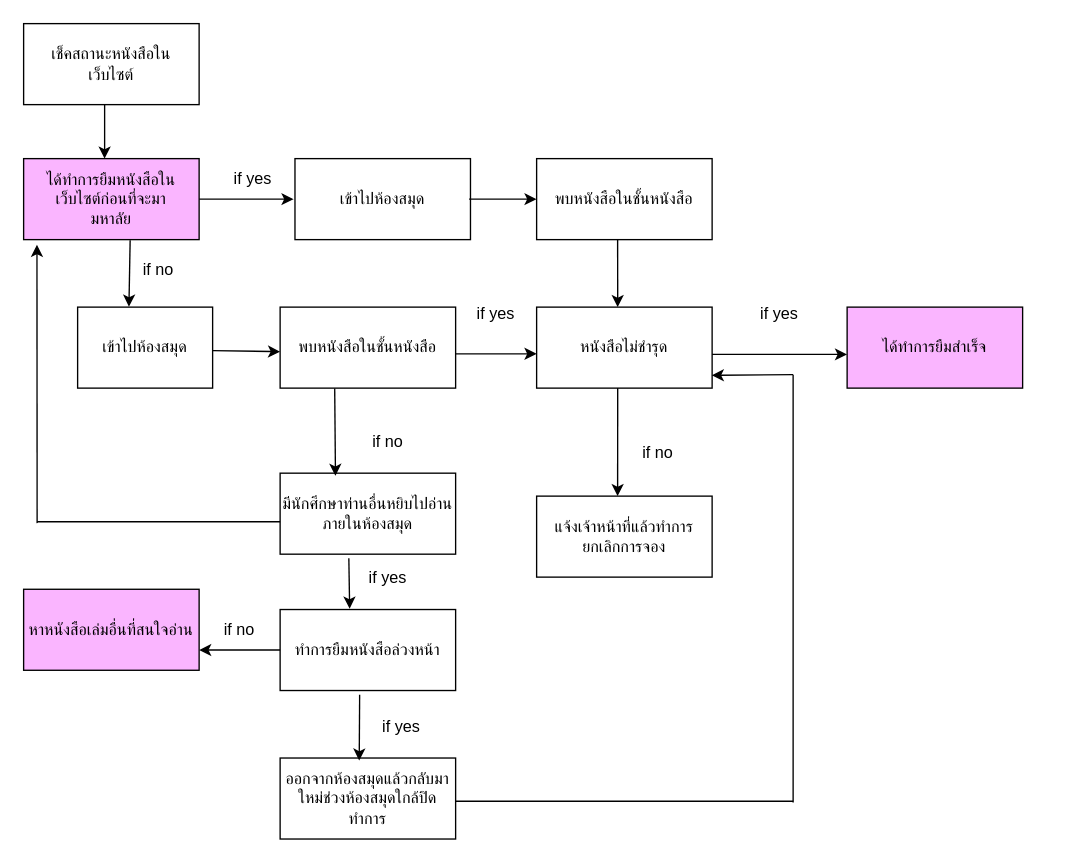
Above: G.drawio in banthitamakjeen/git-workshop (draw.io), before the change. Source tidied: cells renumbered, new cells numbered last; positions are measured from the earlier drawing's top-left corner, leaving out a move shared by most shapes. Both pictures are drawn from the tidied source at 135%, with x=0, y=0 at pixel (23, 23).
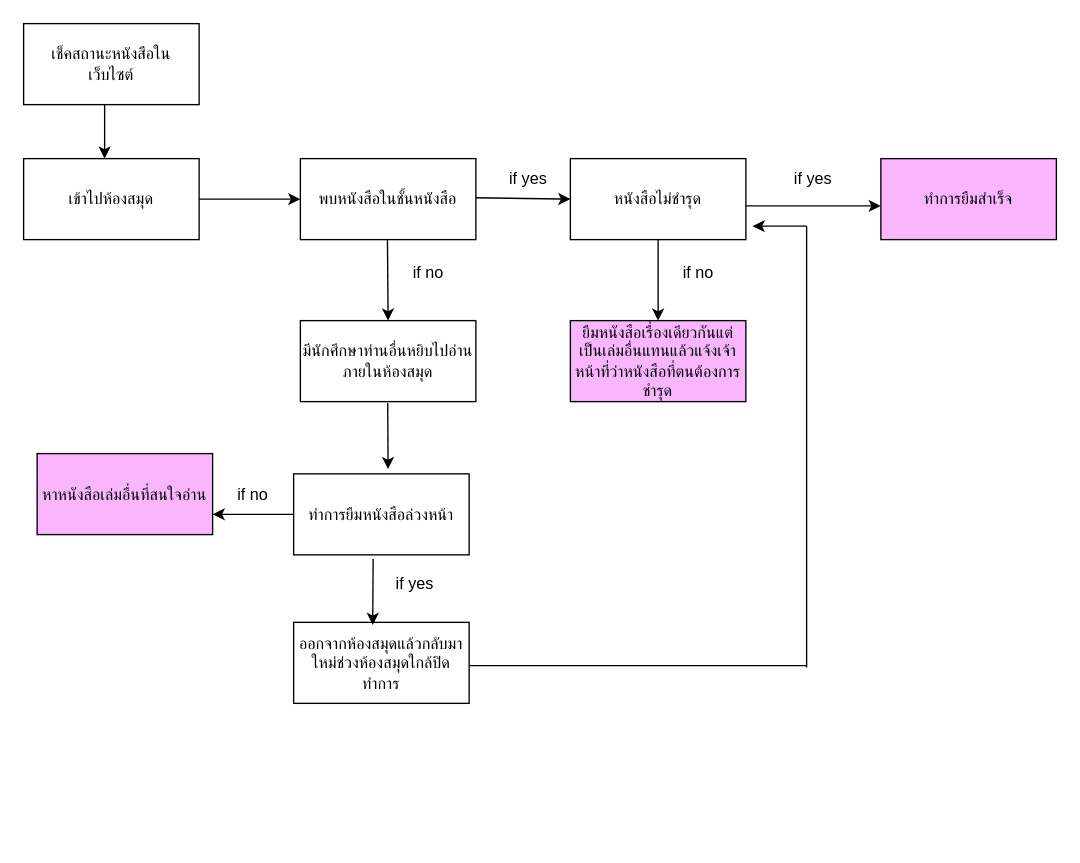
The same diagram, later.

Diff of the diagram source:
```diff
@@
     <mxCell id="3" value="เข้าไปห้องสมุด" style="rounded=0;whiteSpace=wrap;html=1;" parent="1" vertex="1">
-      <mxGeometry x="201" y="100" width="130" height="60" as="geometry" />
+      <mxGeometry y="100" width="130" height="60" as="geometry" />
     </mxCell>
-    <mxCell id="4" value="พบหนังสือในชั้นหนังสือ" style="rounded=0;whiteSpace=wrap;html=1;" parent="1" vertex="1">
-      <mxGeometry x="190" y="210" width="130" height="60" as="geometry" />
-    </mxCell>
-    <mxCell id="5" value="ได้ทำการยืมสำเร็จ" style="rounded=0;whiteSpace=wrap;html=1;fillColor=#FAB5FF;" parent="1" vertex="1">
-      <mxGeometry x="610" y="210" width="130" height="60" as="geometry" />
+    <mxCell id="5" value="ทำการยืมสำเร็จ" style="rounded=0;whiteSpace=wrap;html=1;fillColor=#FAB5FF;" parent="1" vertex="1">
+      <mxGeometry x="635" y="100" width="130" height="60" as="geometry" />
     </mxCell>
     <mxCell id="6" value="มีนักศึกษาท่านอื่นหยิบไปอ่านภายในห้องสมุด" style="rounded=0;whiteSpace=wrap;html=1;" parent="1" vertex="1">
-      <mxGeometry x="190" y="333" width="130" height="60" as="geometry" />
+      <mxGeometry x="205" y="220" width="130" height="60" as="geometry" />
     </mxCell>
@@
-    <mxCell id="8" style="endArrow=classic;html=1;rounded=0;entryX=0;entryY=0.5;entryDx=0;entryDy=0;" parent="1" edge="1">
+    <mxCell id="8" style="endArrow=classic;html=1;rounded=0;exitX=0.5;exitY=1;exitDx=0;exitDy=0;" parent="1" edge="1" source="12">
       <mxGeometry relative="1" as="geometry">
-        <mxPoint x="320" y="244.6" as="sourcePoint" />
-        <mxPoint x="380" y="244.6" as="targetPoint" />
+        <mxPoint x="470" y="220" as="targetPoint" />
       </mxGeometry>
     </mxCell>
-    <mxCell id="9" style="endArrow=classic;html=1;rounded=0;exitX=0.311;exitY=1.004;exitDx=0;exitDy=0;exitPerimeter=0;" parent="1" edge="1" source="4">
+    <mxCell id="9" style="endArrow=classic;html=1;rounded=0;exitX=0.311;exitY=1.004;exitDx=0;exitDy=0;exitPerimeter=0;" parent="1" edge="1">
       <mxGeometry relative="1" as="geometry">
-        <mxPoint x="231" y="335" as="targetPoint" />
+        <mxPoint x="269.5" y="160" as="sourcePoint" />
+        <mxPoint x="270" y="220" as="targetPoint" />
       </mxGeometry>
     </mxCell>
-    <mxCell id="10" value="if yes" style="text;html=1;strokeColor=none;fillColor=none;align=center;verticalAlign=middle;whiteSpace=wrap;rounded=0;" parent="1" vertex="1">
-      <mxGeometry x="320" y="200" width="60" height="30" as="geometry" />
-    </mxCell>
     <mxCell id="11" value="if no" style="text;html=1;strokeColor=none;fillColor=none;align=center;verticalAlign=middle;whiteSpace=wrap;rounded=0;" parent="1" vertex="1">
-      <mxGeometry x="240" y="295" width="60" height="30" as="geometry" />
+      <mxGeometry x="270" y="170" width="60" height="30" as="geometry" />
     </mxCell>
     <mxCell id="12" value="หนังสือไม่ชำรุด" style="rounded=0;whiteSpace=wrap;html=1;" parent="1" vertex="1">
-      <mxGeometry x="380" y="210" width="130" height="60" as="geometry" />
+      <mxGeometry x="405" y="100" width="130" height="60" as="geometry" />
     </mxCell>
     <mxCell id="13" style="endArrow=classic;html=1;rounded=0;entryX=0;entryY=0.5;entryDx=0;entryDy=0;" parent="1" edge="1">
       <mxGeometry relative="1" as="geometry">
-        <mxPoint x="510" y="245" as="sourcePoint" />
-        <mxPoint x="610" y="245" as="targetPoint" />
+        <mxPoint x="535" y="135" as="sourcePoint" />
+        <mxPoint x="635" y="135" as="targetPoint" />
       </mxGeometry>
     </mxCell>
     <mxCell id="14" value="if yes" style="text;html=1;strokeColor=none;fillColor=none;align=center;verticalAlign=middle;whiteSpace=wrap;rounded=0;" parent="1" vertex="1">
-      <mxGeometry x="530" y="200" width="60" height="30" as="geometry" />
+      <mxGeometry x="555" y="100" width="60" height="30" as="geometry" />
     </mxCell>
-    <mxCell id="15" value="แจ้งเจ้าหน้าที่แล้วทำการยกเลิกการจอง" style="rounded=0;whiteSpace=wrap;html=1;" parent="1" vertex="1">
-      <mxGeometry x="380" y="350" width="130" height="60" as="geometry" />
+    <mxCell id="15" value="ยืมหนังสือเรื่องเดียวกันแต่เป็นเล่มอื่นแทนแล้วแจ้งเจ้าหน้าที่ว่าหนังสือที่ตนต้องการชำรุด" style="rounded=0;whiteSpace=wrap;html=1;fillColor=#FAB5FF;" parent="1" vertex="1">
+      <mxGeometry x="405" y="220" width="130" height="60" as="geometry" />
     </mxCell>
-    <mxCell id="16" style="endArrow=classic;html=1;rounded=0;exitX=0.462;exitY=1;exitDx=0;exitDy=0;exitPerimeter=0;" parent="1" edge="1" source="12">
-      <mxGeometry relative="1" as="geometry">
-        <mxPoint x="440" y="350" as="targetPoint" />
-      </mxGeometry>
-    </mxCell>
-    <mxCell id="17" value="if no" style="text;html=1;strokeColor=none;fillColor=none;align=center;verticalAlign=middle;whiteSpace=wrap;rounded=0;" parent="1" vertex="1">
-      <mxGeometry x="440" y="303" width="60" height="30" as="geometry" />
-    </mxCell>
     <mxCell id="18" value="ทำการยืมหนังสือล่วงหน้า" style="rounded=0;whiteSpace=wrap;html=1;" parent="1" vertex="1">
-      <mxGeometry x="190" y="434" width="130" height="60" as="geometry" />
+      <mxGeometry x="200" y="333.5" width="130" height="60" as="geometry" />
     </mxCell>
-    <mxCell id="19" style="endArrow=classic;html=1;rounded=0;exitX=0.082;exitY=0.963;exitDx=0;exitDy=0;exitPerimeter=0;entryX=0.396;entryY=-0.044;entryDx=0;entryDy=0;entryPerimeter=0;" parent="1" edge="1">
+    <mxCell id="19" style="endArrow=classic;html=1;rounded=0;exitX=0.082;exitY=0.963;exitDx=0;exitDy=0;exitPerimeter=0;" parent="1" edge="1">
       <mxGeometry relative="1" as="geometry">
-        <mxPoint x="240.9" y="396" as="sourcePoint" />
-        <mxPoint x="241.5" y="433.4" as="targetPoint" />
+        <mxPoint x="269.7" y="281.1" as="sourcePoint" />
+        <mxPoint x="270" y="330" as="targetPoint" />
       </mxGeometry>
     </mxCell>
-    <mxCell id="20" value="if yes" style="text;html=1;strokeColor=none;fillColor=none;align=center;verticalAlign=middle;whiteSpace=wrap;rounded=0;" parent="1" vertex="1">
-      <mxGeometry x="240" y="396" width="60" height="30" as="geometry" />
-    </mxCell>
     <mxCell id="21" value="หาหนังสือเล่มอื่นที่สนใจอ่าน" style="rounded=0;whiteSpace=wrap;html=1;fillColor=#FAB5FF;" parent="1" vertex="1">
-      <mxGeometry y="419" width="130" height="60" as="geometry" />
+      <mxGeometry x="10" y="318.5" width="130" height="60" as="geometry" />
     </mxCell>
     <mxCell id="22" style="endArrow=classic;html=1;rounded=0;exitX=0;exitY=0.5;exitDx=0;exitDy=0;entryX=1;entryY=0.5;entryDx=0;entryDy=0;" parent="1" edge="1" source="18">
       <mxGeometry relative="1" as="geometry">
-        <mxPoint x="130" y="464" as="targetPoint" />
+        <mxPoint x="140" y="363.5" as="targetPoint" />
       </mxGeometry>
     </mxCell>
     <mxCell id="23" value="if no" style="text;html=1;strokeColor=none;fillColor=none;align=center;verticalAlign=middle;whiteSpace=wrap;rounded=0;" parent="1" vertex="1">
-      <mxGeometry x="130" y="434" width="60" height="30" as="geometry" />
+      <mxGeometry x="140" y="333.5" width="60" height="30" as="geometry" />
     </mxCell>
     <mxCell id="24" value="ออกจากห้องสมุดแล้วกลับมาใหม่ช่วงห้องสมุดใกล้ปิดทำการ" style="rounded=0;whiteSpace=wrap;html=1;" parent="1" vertex="1">
-      <mxGeometry x="190" y="544" width="130" height="60" as="geometry" />
+      <mxGeometry x="200" y="443.5" width="130" height="60" as="geometry" />
     </mxCell>
     <mxCell id="25" style="endArrow=classic;html=1;rounded=0;entryX=0.451;entryY=-0.001;entryDx=0;entryDy=0;entryPerimeter=0;exitX=0.453;exitY=1.019;exitDx=0;exitDy=0;exitPerimeter=0;" parent="1" edge="1">
       <mxGeometry relative="1" as="geometry">
-        <mxPoint x="248.9" y="497.1" as="sourcePoint" />
-        <mxPoint x="248.6" y="545.9" as="targetPoint" />
+        <mxPoint x="258.9" y="396.6" as="sourcePoint" />
+        <mxPoint x="258.6" y="445.4" as="targetPoint" />
       </mxGeometry>
     </mxCell>
     <mxCell id="26" value="if yes" style="text;html=1;strokeColor=none;fillColor=none;align=center;verticalAlign=middle;whiteSpace=wrap;rounded=0;" parent="1" vertex="1">
-      <mxGeometry x="250" y="506" width="60" height="30" as="geometry" />
+      <mxGeometry x="260" y="400" width="60" height="30" as="geometry" />
     </mxCell>
     <mxCell id="27" style="endArrow=none;html=1;rounded=0;" parent="1" edge="1">
       <mxGeometry relative="1" as="geometry">
-        <mxPoint x="320" y="576" as="sourcePoint" />
-        <mxPoint x="570" y="576" as="targetPoint" />
+        <mxPoint x="330" y="475.5" as="sourcePoint" />
+        <mxPoint x="580" y="475.5" as="targetPoint" />
       </mxGeometry>
     </mxCell>
-    <mxCell id="28" style="endArrow=classic;html=1;rounded=0;entryX=0.998;entryY=0.809;entryDx=0;entryDy=0;entryPerimeter=0;" parent="1" edge="1">
-      <mxGeometry relative="1" as="geometry">
-        <mxPoint x="570" y="260" as="sourcePoint" />
-        <mxPoint x="509.7" y="260.5" as="targetPoint" />
-      </mxGeometry>
-    </mxCell>
     <mxCell id="29" style="endArrow=none;html=1;rounded=0;" parent="1" edge="1">
       <mxGeometry relative="1" as="geometry">
-        <mxPoint x="570" y="577" as="sourcePoint" />
-        <mxPoint x="570" y="260" as="targetPoint" />
+        <mxPoint x="580" y="477" as="sourcePoint" />
+        <mxPoint x="580" y="150" as="targetPoint" />
       </mxGeometry>
     </mxCell>
-    <mxCell id="30" value="ได้ทำการยืมหนังสือในเว็บไซต์ก่อนที่จะมา&lt;br&gt;มหาลัย" style="rounded=0;whiteSpace=wrap;html=1;fillColor=#FAB5FF;" parent="1" vertex="1">
-      <mxGeometry y="100" width="130" height="60" as="geometry" />
-    </mxCell>
-    <mxCell id="31" style="endArrow=classic;html=1;rounded=0;" parent="1" edge="1">
-      <mxGeometry relative="1" as="geometry">
-        <mxPoint x="130" y="130" as="sourcePoint" />
-        <mxPoint x="200" y="130" as="targetPoint" />
-      </mxGeometry>
-    </mxCell>
-    <mxCell id="32" style="endArrow=none;html=1;rounded=0;" parent="1" edge="1">
-      <mxGeometry relative="1" as="geometry">
-        <mxPoint x="10" y="369" as="sourcePoint" />
-        <mxPoint x="190" y="369" as="targetPoint" />
-      </mxGeometry>
-    </mxCell>
-    <mxCell id="33" value="เข้าไปห้องสมุด" style="rounded=0;whiteSpace=wrap;html=1;" parent="1" vertex="1">
-      <mxGeometry x="40" y="210" width="100" height="60" as="geometry" />
-    </mxCell>
-    <mxCell id="34" value="if yes" style="text;html=1;strokeColor=none;fillColor=none;align=center;verticalAlign=middle;whiteSpace=wrap;rounded=0;" parent="1" vertex="1">
-      <mxGeometry x="140" y="100" width="60" height="30" as="geometry" />
-    </mxCell>
-    <mxCell id="35" value="if no" style="text;html=1;strokeColor=none;fillColor=none;align=center;verticalAlign=middle;whiteSpace=wrap;rounded=0;" parent="1" vertex="1">
-      <mxGeometry x="70" y="168" width="60" height="30" as="geometry" />
-    </mxCell>
-    <mxCell id="36" style="endArrow=classic;html=1;rounded=0;entryX=0.38;entryY=-0.005;entryDx=0;entryDy=0;entryPerimeter=0;exitX=0.607;exitY=1.008;exitDx=0;exitDy=0;exitPerimeter=0;" parent="1" edge="1" source="30" target="33">
-      <mxGeometry relative="1" as="geometry" />
-    </mxCell>
-    <mxCell id="37" style="endArrow=classic;html=1;rounded=0;entryX=0;entryY=0.5;entryDx=0;entryDy=0;" parent="1" edge="1">
+    <mxCell id="37" style="endArrow=classic;html=1;rounded=0;entryX=0;entryY=0.5;entryDx=0;entryDy=0;" parent="1" edge="1" target="12">
       <mxGeometry relative="1" as="geometry">
-        <mxPoint x="140" y="242.2" as="sourcePoint" />
-        <mxPoint x="190" y="243" as="targetPoint" />
+        <mxPoint x="335" y="129" as="sourcePoint" />
       </mxGeometry>
     </mxCell>
-    <mxCell id="38" style="endArrow=classic;html=1;rounded=0;entryX=0.076;entryY=1.063;entryDx=0;entryDy=0;entryPerimeter=0;" parent="1" edge="1" target="30">
-      <mxGeometry relative="1" as="geometry">
-        <mxPoint x="10" y="370" as="sourcePoint" />
-      </mxGeometry>
-    </mxCell>
     <mxCell id="39" value="พบหนังสือในชั้นหนังสือ" style="rounded=0;whiteSpace=wrap;html=1;" parent="1" vertex="1">
-      <mxGeometry x="380" y="100" width="130" height="60" as="geometry" />
+      <mxGeometry x="205" y="100" width="130" height="60" as="geometry" />
     </mxCell>
-    <mxCell id="40" style="endArrow=classic;html=1;rounded=0;entryX=0;entryY=0.5;entryDx=0;entryDy=0;" parent="1" edge="1" target="39">
-      <mxGeometry relative="1" as="geometry">
-        <mxPoint x="330" y="130" as="sourcePoint" />
-      </mxGeometry>
-    </mxCell>
-    <mxCell id="41" style="endArrow=classic;html=1;rounded=0;entryX=0.462;entryY=0;entryDx=0;entryDy=0;entryPerimeter=0;" parent="1" edge="1" target="12">
-      <mxGeometry relative="1" as="geometry">
-        <mxPoint x="440" y="160" as="sourcePoint" />
-      </mxGeometry>
-    </mxCell>
+    <mxCell id="42" style="endArrow=classic;html=1;rounded=0;entryX=0;entryY=0.5;entryDx=0;entryDy=0;" parent="1" edge="1" target="39">
+      <mxGeometry relative="1" as="geometry">
+        <mxPoint x="130" y="130" as="sourcePoint" />
+      </mxGeometry>
+    </mxCell>
+    <mxCell id="43" value="if yes" style="text;html=1;strokeColor=none;fillColor=none;align=center;verticalAlign=middle;whiteSpace=wrap;rounded=0;" parent="1" vertex="1">
+      <mxGeometry x="343.5" y="100" width="60" height="30" as="geometry" />
+    </mxCell>
+    <mxCell id="44" value="if no" style="text;html=1;strokeColor=none;fillColor=none;align=center;verticalAlign=middle;whiteSpace=wrap;rounded=0;" parent="1" vertex="1">
+      <mxGeometry x="470" y="170" width="60" height="30" as="geometry" />
+    </mxCell>
+    <mxCell id="45" style="endArrow=classic;html=1;rounded=0;" parent="1" edge="1">
+      <mxGeometry relative="1" as="geometry">
+        <mxPoint x="580" y="150" as="sourcePoint" />
+        <mxPoint x="540" y="150" as="targetPoint" />
+      </mxGeometry>
+    </mxCell>
```
